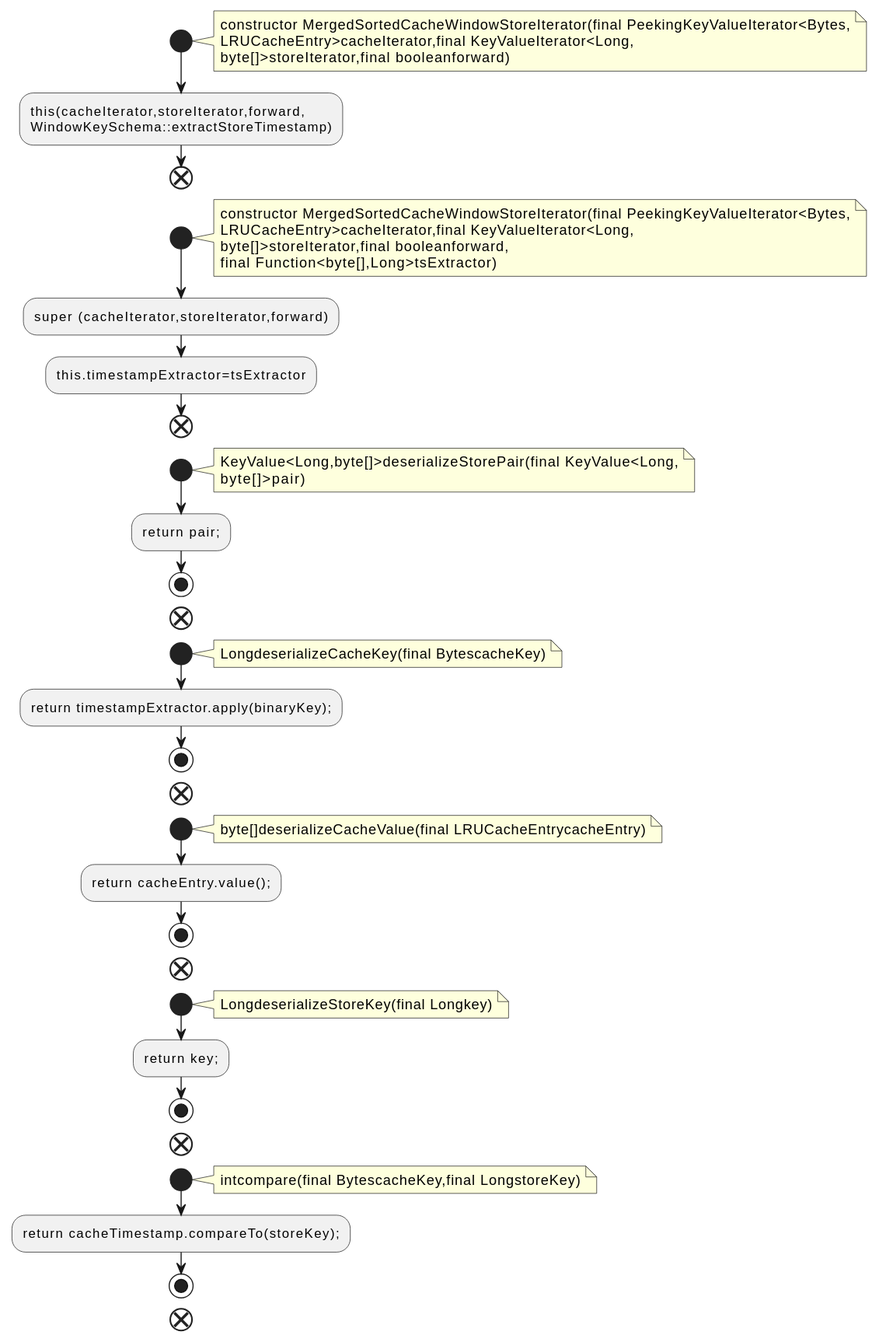
This is docs/qc/streams/src/main/java/org/apache/kafka/streams/state/internals/MergedSortedCacheWindowStoreIterator.java.fct.svg from qualitesys/kafka, a PlantUML export, as it was before one commit. The source it was exported from:
```plantuml
@startuml
!pragma layout smetana
start
note right
constructor MergedSortedCacheWindowStoreIterator(final PeekingKeyValueIterator<Bytes,
LRUCacheEntry>cacheIterator,final KeyValueIterator<Long,
byte[]>storeIterator,final booleanforward)
end note
:this(cacheIterator,storeIterator,forward,
WindowKeySchema::extractStoreTimestamp);
end
start
note right
constructor MergedSortedCacheWindowStoreIterator(final PeekingKeyValueIterator<Bytes,
LRUCacheEntry>cacheIterator,final KeyValueIterator<Long,
byte[]>storeIterator,final booleanforward,
final Function<byte[],Long>tsExtractor)
end note
:super (cacheIterator,storeIterator,forward);
:this.timestampExtractor=tsExtractor;
end
start
note right
KeyValue<Long,byte[]>deserializeStorePair(final KeyValue<Long,
byte[]>pair)
end note
:return pair;;
stop
end
start
note right
LongdeserializeCacheKey(final BytescacheKey)
end note
:return timestampExtractor.apply(binaryKey);;
stop
end
start
note right
byte[]deserializeCacheValue(final LRUCacheEntrycacheEntry)
end note
:return cacheEntry.value();;
stop
end
start
note right
LongdeserializeStoreKey(final Longkey)
end note
:return key;;
stop
end
start
note right
intcompare(final BytescacheKey,final LongstoreKey)
end note
:return cacheTimestamp.compareTo(storeKey);;
stop
end
@enduml
```
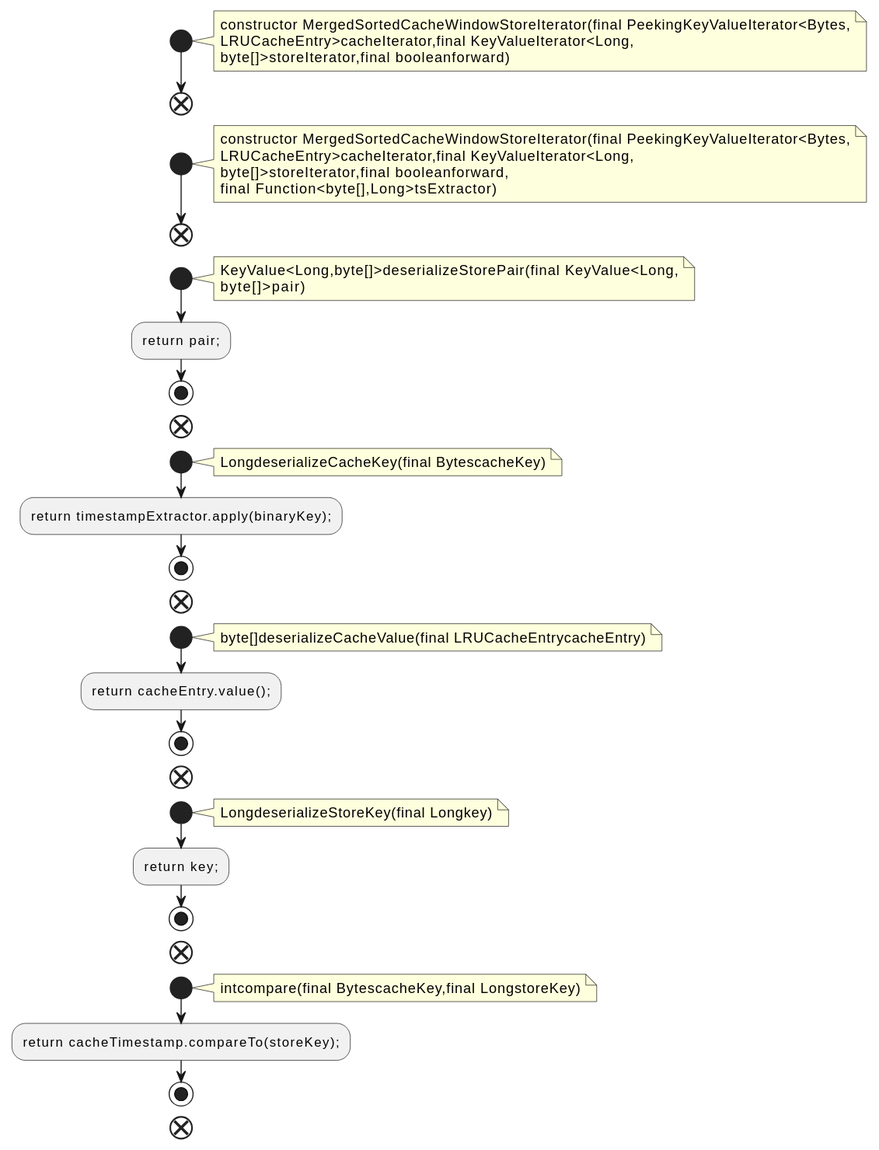
The same diagram one commit later.

Diff of the diagram source:
```diff
@@ -6,8 +6,6 @@
 LRUCacheEntry>cacheIterator,final KeyValueIterator<Long,
 byte[]>storeIterator,final booleanforward)
 end note
-:this(cacheIterator,storeIterator,forward,
-WindowKeySchema::extractStoreTimestamp);
 end
 start
 note right
@@ -16,8 +14,6 @@
 byte[]>storeIterator,final booleanforward,
 final Function<byte[],Long>tsExtractor)
 end note
-:super (cacheIterator,storeIterator,forward);
-:this.timestampExtractor=tsExtractor;
 end
 start
 note right
```
